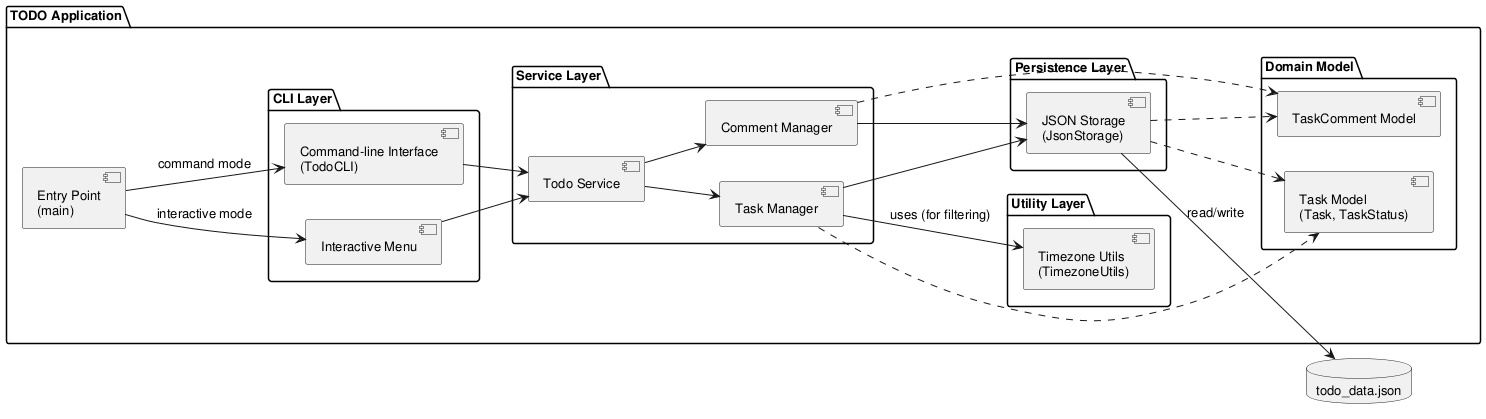
Above: experiments/pipeline/structured_text/TODO/artifacts/component_diagram.png in DanielRiha8906/Software_autoevolution_using_agents (PlantUML), before the change.
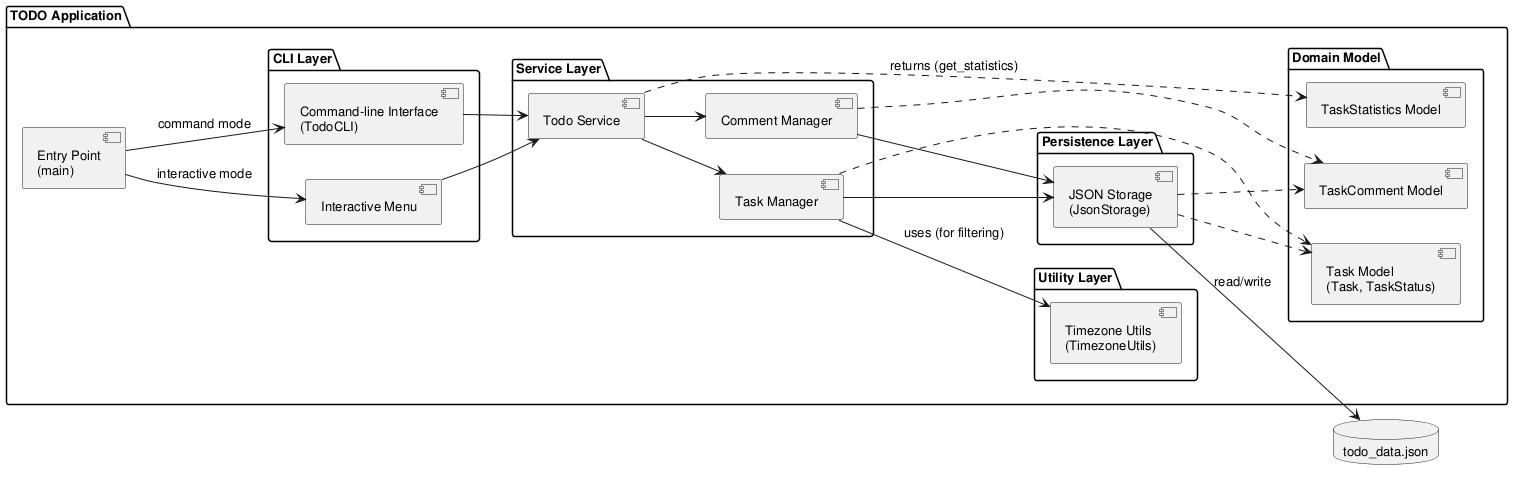
After the commit.

The edit, as a diff of the source:
```diff
@@ -23,6 +23,7 @@
     package "Domain Model" {
         component "Task Model\n(Task, TaskStatus)" as Model
         component "TaskComment Model" as CMTModel
+        component "TaskStatistics Model" as StatsModel
     }
 
     package "Persistence Layer" {
@@ -49,6 +50,7 @@
 MGR --> TZ : uses (for filtering)
 MGR ..> Model
 CMT ..> CMTModel
+SVC ..> StatsModel : returns (get_statistics)
 Storage ..> Model
 Storage ..> CMTModel
 
```
